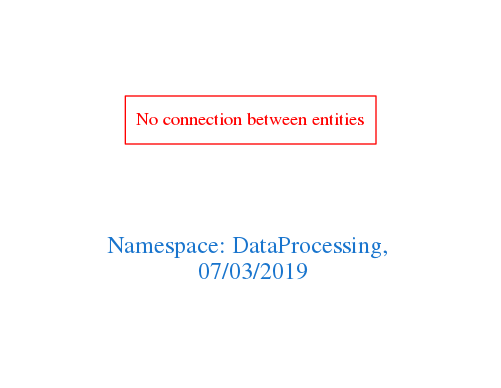
Earlier version of the Graphviz export downloads/DataProcessing.png (arago/OGIT). Its source is kept beside it as downloads/DataProcessing.dot.
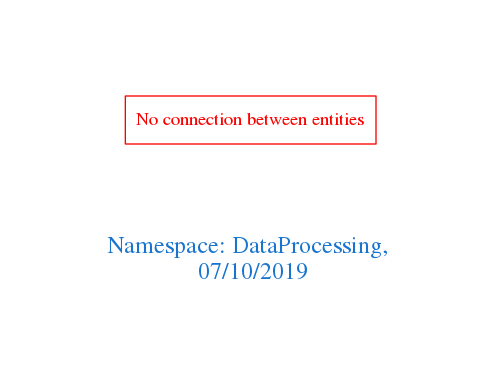
The same diagram one commit later.

The edit, as a diff of the source:
```diff
@@ -1,7 +1,7 @@
 digraph OGIT_ontology {
  graph [ rankdir= LR,pad=1
 fontsize = 18,
-fontcolor= dodgerblue3,label = "\n\n\nNamespace: DataProcessing, \n 07/03/2019"];
+fontcolor= dodgerblue3,label = "\n\n\nNamespace: DataProcessing, \n 07/10/2019"];
 node[shape=polygon];
 edge [  color="gray81"];
 
```
